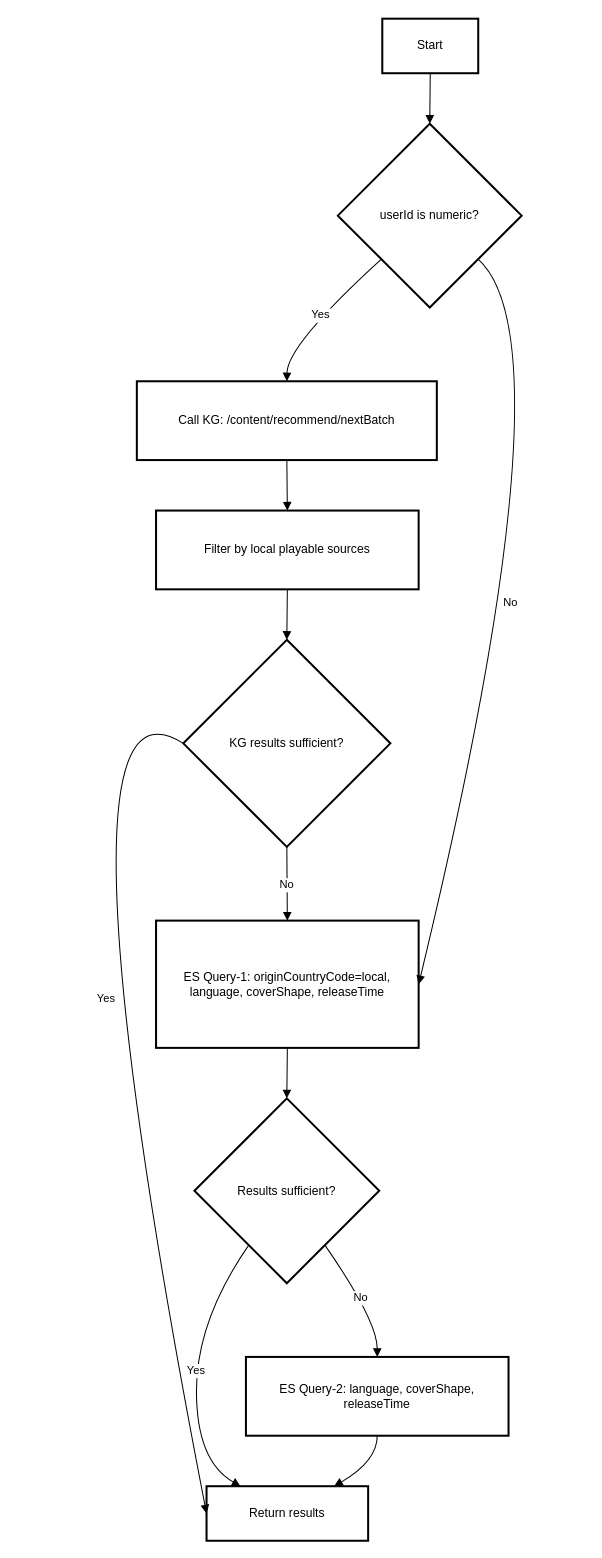
The draw.io diagram page "个性化推荐" (2 of 2) of update/video recommend流程.drawio in stevezhouht/baiduCDP, before the edit. Source tidied: cells renumbered, new cells numbered last; positions are measured from the earlier drawing's top-left corner, leaving out a move shared by most shapes. Both pictures are drawn from the tidied source at 101%, with x=0, y=0 at pixel (38, 18).
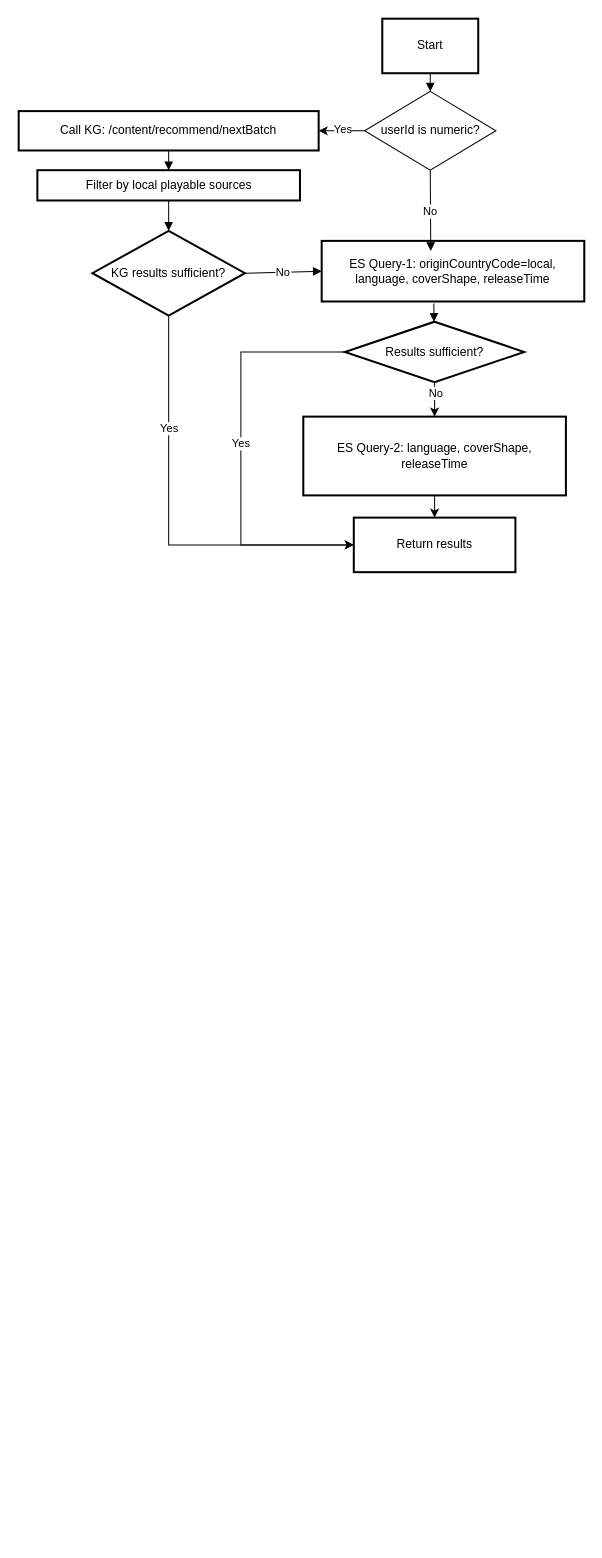
After the change.

What changed in the source:
```diff
@@
+    <mxCell id="12" style="edgeStyle=orthogonalEdgeStyle;rounded=0;jettySize=auto;html=1;" parent="1" edge="1" source="3" target="4">
+      <mxGeometry relative="1" as="geometry" />
+    </mxCell>
+    <mxCell id="22" value="Yes" style="edgeLabel;html=1;align=center;verticalAlign=middle;" parent="12" vertex="1">
+      <mxGeometry x="0.03" y="-2" relative="1" as="geometry">
+        <mxPoint x="1" as="offset" />
+      </mxGeometry>
+    </mxCell>
-    <mxCell id="3" value="userId is numeric?" style="rhombus;strokeWidth=2;whiteSpace=wrap;" parent="1" vertex="1">
-      <mxGeometry x="296" y="104" width="182" height="182" as="geometry" />
+    <mxCell id="3" value="userId is numeric?" style="rhombus;strokeWidth=1;whiteSpace=wrap;" parent="1" vertex="1">
+      <mxGeometry x="322.5" y="72" width="130" height="78" as="geometry" />
     </mxCell>
     <mxCell id="4" value="Call KG: /content/recommend/nextBatch" style="whiteSpace=wrap;strokeWidth=2;" parent="1" vertex="1">
-      <mxGeometry x="97" y="359" width="297" height="78" as="geometry" />
+      <mxGeometry x="-20" y="91.5" width="297" height="39" as="geometry" />
     </mxCell>
     <mxCell id="5" value="Filter by local playable sources" style="whiteSpace=wrap;strokeWidth=2;" parent="1" vertex="1">
-      <mxGeometry x="116" y="487" width="260" height="78" as="geometry" />
+      <mxGeometry x="-1.5" y="150" width="260" height="30" as="geometry" />
     </mxCell>
+    <mxCell id="21" style="edgeStyle=orthogonalEdgeStyle;rounded=0;jettySize=auto;html=1;exitX=0.5;exitY=1;exitDx=0;exitDy=0;entryX=0;entryY=0.5;entryDx=0;entryDy=0;" parent="1" edge="1" source="6" target="10">
+      <mxGeometry relative="1" as="geometry" />
+    </mxCell>
+    <mxCell id="23" value="Yes" style="edgeLabel;html=1;align=center;verticalAlign=middle;" parent="21" vertex="1">
+      <mxGeometry x="-0.46" relative="1" as="geometry" />
+    </mxCell>
     <mxCell id="6" value="KG results sufficient?" style="rhombus;strokeWidth=2;whiteSpace=wrap;" parent="1" vertex="1">
-      <mxGeometry x="143" y="615" width="205" height="205" as="geometry" />
+      <mxGeometry x="53" y="210" width="151" height="84" as="geometry" />
     </mxCell>
     <mxCell id="7" value="ES Query-1: originCountryCode=local, language, coverShape, releaseTime" style="whiteSpace=wrap;strokeWidth=2;" parent="1" vertex="1">
-      <mxGeometry x="116" y="893" width="260" height="126" as="geometry" />
+      <mxGeometry x="280" y="220" width="260" height="60" as="geometry" />
     </mxCell>
+    <mxCell id="24" style="edgeStyle=orthogonalEdgeStyle;rounded=0;jettySize=auto;html=1;" parent="1" edge="1" source="8" target="9">
+      <mxGeometry relative="1" as="geometry" />
+    </mxCell>
+    <mxCell id="18" value="No" style="edgeLabel;html=1;align=center;verticalAlign=middle;" parent="24" vertex="1">
+      <mxGeometry x="-0.33" y="1" relative="1" as="geometry" />
+    </mxCell>
+    <mxCell id="19" style="edgeStyle=orthogonalEdgeStyle;rounded=0;jettySize=auto;html=1;entryX=0;entryY=0.5;entryDx=0;entryDy=0;" parent="1" edge="1" source="8" target="10">
+      <mxGeometry relative="1" as="geometry">
+        <Array as="points">
+          <mxPoint x="200" y="330" />
+          <mxPoint x="200" y="521" />
+        </Array>
+      </mxGeometry>
+    </mxCell>
+    <mxCell id="25" value="Yes" style="edgeLabel;html=1;align=center;verticalAlign=middle;" parent="19" vertex="1">
+      <mxGeometry x="-0.05" y="-1" relative="1" as="geometry" />
+    </mxCell>
     <mxCell id="8" value="Results sufficient?" style="rhombus;strokeWidth=2;whiteSpace=wrap;" parent="1" vertex="1">
-      <mxGeometry x="154" y="1069" width="183" height="183" as="geometry" />
+      <mxGeometry x="303" y="300" width="177.5" height="60" as="geometry" />
     </mxCell>
+    <mxCell id="20" style="edgeStyle=orthogonalEdgeStyle;rounded=0;jettySize=auto;html=1;" parent="1" edge="1" source="9" target="10">
+      <mxGeometry relative="1" as="geometry" />
+    </mxCell>
     <mxCell id="9" value="ES Query-2: language, coverShape, releaseTime" style="whiteSpace=wrap;strokeWidth=2;" parent="1" vertex="1">
-      <mxGeometry x="205" y="1325" width="260" height="78" as="geometry" />
+      <mxGeometry x="261.8" y="394" width="260" height="78" as="geometry" />
     </mxCell>
     <mxCell id="10" value="Return results" style="whiteSpace=wrap;strokeWidth=2;" parent="1" vertex="1">
-      <mxGeometry x="166" y="1453" width="160" height="54" as="geometry" />
+      <mxGeometry x="311.8" y="494" width="160" height="54" as="geometry" />
     </mxCell>
@@
-    <mxCell id="12" value="Yes" style="curved=1;startArrow=none;endArrow=block;exitX=0;exitY=0.95;entryX=0.5;entryY=0;rounded=0;" parent="1" edge="1" source="3" target="4">
-      <mxGeometry relative="1" as="geometry">
-        <Array as="points">
-          <mxPoint x="246" y="323" />
-        </Array>
-      </mxGeometry>
-    </mxCell>
@@
-    <mxCell id="15" value="No" style="curved=1;startArrow=none;endArrow=block;exitX=1;exitY=0.95;entryX=1;entryY=0.5;rounded=0;entryDx=0;entryDy=0;" parent="1" edge="1" source="3" target="7">
+    <mxCell id="15" value="No" style="curved=1;startArrow=none;endArrow=block;exitX=0.5;exitY=1;rounded=0;exitDx=0;exitDy=0;" parent="1" edge="1" source="3">
       <mxGeometry relative="1" as="geometry">
-        <Array as="points">
-          <mxPoint x="529" y="323" />
-        </Array>
+        <mxPoint x="388" y="230" as="targetPoint" />
       </mxGeometry>
     </mxCell>
-    <mxCell id="16" value="No" style="curved=1;startArrow=none;endArrow=block;exitX=0.5;exitY=1;entryX=0.5;entryY=0;rounded=0;" parent="1" edge="1" source="6" target="7">
+    <mxCell id="16" value="No" style="curved=1;startArrow=none;endArrow=block;exitX=1;exitY=0.5;entryX=0;entryY=0.5;rounded=0;exitDx=0;exitDy=0;entryDx=0;entryDy=0;" parent="1" edge="1" source="6" target="7">
       <mxGeometry relative="1" as="geometry" />
     </mxCell>
-    <mxCell id="17" style="curved=1;startArrow=none;endArrow=block;exitX=0.5;exitY=1;entryX=0.5;entryY=0;rounded=0;" parent="1" edge="1" source="7" target="8">
+    <mxCell id="17" style="curved=1;startArrow=none;endArrow=block;exitX=0.427;exitY=1.033;rounded=0;exitDx=0;exitDy=0;exitPerimeter=0;" parent="1" edge="1" source="7" target="8">
       <mxGeometry relative="1" as="geometry" />
     </mxCell>
-    <mxCell id="18" value="No" style="curved=1;startArrow=none;endArrow=block;exitX=0.85;exitY=1;entryX=0.5;entryY=0;rounded=0;" parent="1" edge="1" source="8" target="9">
-      <mxGeometry relative="1" as="geometry">
-        <Array as="points">
-          <mxPoint x="335" y="1289" />
-        </Array>
-      </mxGeometry>
-    </mxCell>
-    <mxCell id="19" value="Yes" style="curved=1;startArrow=none;endArrow=block;exitX=0.15;exitY=1;entryX=0.21;entryY=0;rounded=0;" parent="1" edge="1" source="8" target="10">
-      <mxGeometry relative="1" as="geometry">
-        <Array as="points">
-          <mxPoint x="156" y="1289" />
-          <mxPoint x="156" y="1428" />
-        </Array>
-      </mxGeometry>
-    </mxCell>
-    <mxCell id="20" style="curved=1;startArrow=none;endArrow=block;exitX=0.5;exitY=1;entryX=0.79;entryY=0;rounded=0;" parent="1" edge="1" source="9" target="10">
-      <mxGeometry relative="1" as="geometry">
-        <Array as="points">
-          <mxPoint x="335" y="1428" />
-        </Array>
-      </mxGeometry>
-    </mxCell>
-    <mxCell id="21" value="Yes" style="curved=1;startArrow=none;endArrow=block;exitX=0;exitY=0.5;entryX=0;entryY=0.5;rounded=0;exitDx=0;exitDy=0;entryDx=0;entryDy=0;" parent="1" edge="1" source="6" target="10">
-      <mxGeometry relative="1" as="geometry">
-        <Array as="points">
-          <mxPoint y="625" />
-        </Array>
-      </mxGeometry>
-    </mxCell>
```
